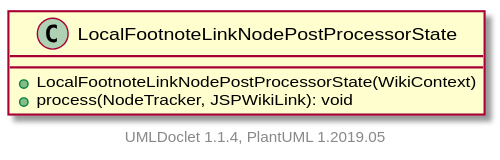
apache/jspwiki-site keeps this PlantUML diagram as apidocs/2.11.0.M7-SNAPSHOT/org/apache/wiki/markdown/extensions/jspwikilinks/postprocessor/LocalFootnoteLinkNodePostProcessorState.svg. Above is the earlier version. Its diagram source:
```plantuml
@startuml

    class LocalFootnoteLinkNodePostProcessorState [[LocalFootnoteLinkNodePostProcessorState.html]] {
        +LocalFootnoteLinkNodePostProcessorState(WikiContext)
        +process(NodeTracker, JSPWikiLink): void
    }


    center footer UMLDoclet 1.1.4, PlantUML 1.2019.05
@enduml
```
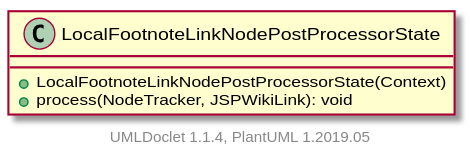
The same file after the commit.

The edit, as a diff of the source:
```diff
@@ -1,7 +1,7 @@
 @startuml
 
     class LocalFootnoteLinkNodePostProcessorState [[LocalFootnoteLinkNodePostProcessorState.html]] {
-        +LocalFootnoteLinkNodePostProcessorState(WikiContext)
+        +LocalFootnoteLinkNodePostProcessorState(Context)
         +process(NodeTracker, JSPWikiLink): void
     }
 
```
